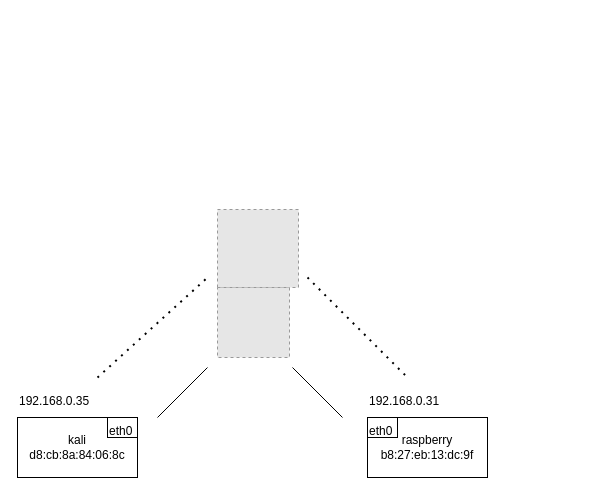
Above: doc/Layer_3_network_example.drawio in avergnaud/CEH-notes (draw.io), before the change. Source tidied: cells renumbered, new cells numbered last; positions are measured from the earlier drawing's top-left corner, leaving out a move shared by most shapes. Both pictures are drawn from the tidied source at 100%, with x=0, y=0 at pixel (17, 209). Pictures stored in the file or linked from it are replaced by grey dashed boxes.
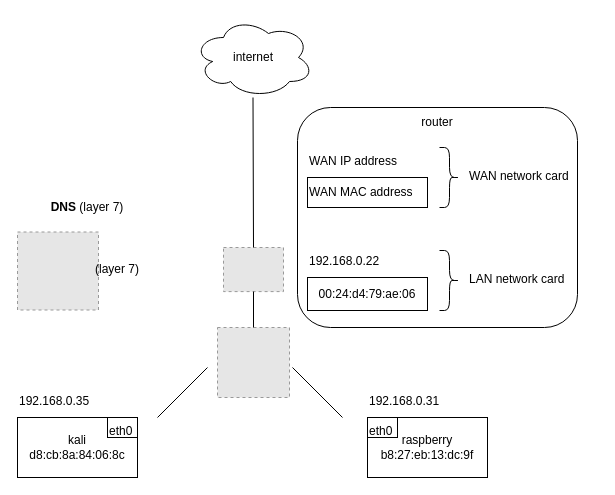
After the change.

Diff of the diagram source:
```diff
@@
+    <mxCell id="14" style="rounded=1;whiteSpace=wrap;html=1;strokeColor=default;" parent="1" vertex="1">
+      <mxGeometry x="280" y="-102" width="280" height="220" as="geometry" />
+    </mxCell>
@@
-    <mxCell id="4" style="endArrow=none;html=1;rounded=0;" parent="1" edge="1">
-      <mxGeometry relative="1" as="geometry">
-        <mxPoint x="140" y="208" as="sourcePoint" />
-        <mxPoint x="190" y="158" as="targetPoint" />
-      </mxGeometry>
-    </mxCell>
-    <mxCell id="5" style="endArrow=none;html=1;rounded=0;" parent="1" edge="1">
-      <mxGeometry relative="1" as="geometry">
-        <mxPoint x="325" y="208" as="sourcePoint" />
-        <mxPoint x="275" y="158" as="targetPoint" />
-      </mxGeometry>
-    </mxCell>
+    <mxCell id="15" style="endArrow=none;html=1;rounded=0;" parent="1" edge="1">
+      <mxGeometry relative="1" as="geometry">
+        <mxPoint x="140" y="208" as="sourcePoint" />
+        <mxPoint x="190" y="158" as="targetPoint" />
+      </mxGeometry>
+    </mxCell>
+    <mxCell id="16" style="endArrow=none;html=1;rounded=0;" parent="1" edge="1">
+      <mxGeometry relative="1" as="geometry">
+        <mxPoint x="325" y="208" as="sourcePoint" />
+        <mxPoint x="275" y="158" as="targetPoint" />
+      </mxGeometry>
+    </mxCell>
@@
-    <mxCell id="8" style="fillColor=#E6E6E6;strokeColor=#999999;dashed=1;verticalLabelPosition=bottom;labelBackgroundColor=default;verticalAlign=top;" parent="1" vertex="1">
-      <mxGeometry x="200" width="81" height="78" as="geometry" />
-    </mxCell>
-    <mxCell id="9" style="fillColor=#E6E6E6;strokeColor=#999999;dashed=1;verticalLabelPosition=bottom;labelBackgroundColor=default;verticalAlign=top;" parent="1" vertex="1">
-      <mxGeometry x="200" y="78" width="72" height="70" as="geometry" />
-    </mxCell>
-    <mxCell id="10" style="endArrow=none;dashed=1;html=1;dashPattern=1 3;strokeWidth=2;rounded=0;" parent="1" edge="1">
-      <mxGeometry relative="1" as="geometry">
-        <mxPoint x="80" y="168" as="sourcePoint" />
-        <mxPoint x="190" y="68" as="targetPoint" />
-      </mxGeometry>
-    </mxCell>
+    <mxCell id="17" style="fillColor=#E6E6E6;strokeColor=#999999;dashed=1;verticalLabelPosition=bottom;labelBackgroundColor=default;verticalAlign=top;" parent="1" vertex="1">
+      <mxGeometry y="22.5" width="81" height="78" as="geometry" />
+    </mxCell>
+    <mxCell id="18" style="fillColor=#E6E6E6;strokeColor=#999999;dashed=1;verticalLabelPosition=bottom;labelBackgroundColor=default;verticalAlign=top;" parent="1" vertex="1">
+      <mxGeometry x="200" y="118" width="72" height="70" as="geometry" />
+    </mxCell>
@@
-    <mxCell id="13" style="endArrow=none;dashed=1;html=1;dashPattern=1 3;strokeWidth=2;rounded=0;" parent="1" edge="1">
-      <mxGeometry relative="1" as="geometry">
-        <mxPoint x="290" y="68" as="sourcePoint" />
-        <mxPoint x="390" y="168" as="targetPoint" />
-      </mxGeometry>
-    </mxCell>
+    <mxCell id="19" value="(layer 7)" style="text;html=1;strokeColor=none;fillColor=none;align=center;verticalAlign=middle;whiteSpace=wrap;rounded=0;" parent="1" vertex="1">
+      <mxGeometry x="70" y="45" width="60" height="30" as="geometry" />
+    </mxCell>
+    <mxCell id="20" style="fillColor=#E6E6E6;strokeColor=#999999;dashed=1;verticalLabelPosition=bottom;labelBackgroundColor=default;verticalAlign=top;" parent="1" vertex="1">
+      <mxGeometry x="206" y="38" width="60" height="44.1" as="geometry" />
+    </mxCell>
+    <mxCell id="21" style="endArrow=none;html=1;rounded=0;entryX=0.5;entryY=1;entryDx=0;entryDy=0;exitX=0.5;exitY=0;exitDx=0;exitDy=0;" parent="1" edge="1" source="18" target="20">
+      <mxGeometry relative="1" as="geometry" />
+    </mxCell>
+    <mxCell id="22" value="00:24:d4:79:ae:06" style="rounded=0;whiteSpace=wrap;html=1;" parent="1" vertex="1">
+      <mxGeometry x="290" y="68" width="120" height="33" as="geometry" />
+    </mxCell>
+    <mxCell id="23" value="192.168.0.22" style="text;whiteSpace=wrap;html=1;" parent="1" vertex="1">
+      <mxGeometry x="290" y="38" width="100" height="30" as="geometry" />
+    </mxCell>
+    <mxCell id="24" value="LAN network card" style="text;whiteSpace=wrap;html=1;" parent="1" vertex="1">
+      <mxGeometry x="450" y="56" width="130" height="30" as="geometry" />
+    </mxCell>
+    <mxCell id="25" value="internet" style="ellipse;shape=cloud;whiteSpace=wrap;html=1;" parent="1" vertex="1">
+      <mxGeometry x="176" y="-192" width="120" height="80" as="geometry" />
+    </mxCell>
+    <mxCell id="26" value="WAN network card" style="text;whiteSpace=wrap;html=1;" parent="1" vertex="1">
+      <mxGeometry x="450" y="-47" width="130" height="30" as="geometry" />
+    </mxCell>
+    <mxCell id="27" value="WAN IP address" style="text;html=1;strokeColor=none;fillColor=none;align=left;verticalAlign=middle;whiteSpace=wrap;rounded=0;" parent="1" vertex="1">
+      <mxGeometry x="290" y="-63" width="120" height="30" as="geometry" />
+    </mxCell>
+    <mxCell id="28" value="WAN MAC address" style="text;html=1;strokeColor=default;fillColor=none;align=left;verticalAlign=middle;whiteSpace=wrap;rounded=0;" parent="1" vertex="1">
+      <mxGeometry x="290" y="-32" width="120" height="30" as="geometry" />
+    </mxCell>
+    <mxCell id="29" style="shape=curlyBracket;whiteSpace=wrap;html=1;rounded=1;flipH=1;" parent="1" vertex="1">
+      <mxGeometry x="422" y="-62" width="20" height="60" as="geometry" />
+    </mxCell>
+    <mxCell id="30" style="shape=curlyBracket;whiteSpace=wrap;html=1;rounded=1;flipH=1;" parent="1" vertex="1">
+      <mxGeometry x="422" y="41" width="20" height="60" as="geometry" />
+    </mxCell>
+    <mxCell id="31" style="endArrow=none;html=1;rounded=0;entryX=0.5;entryY=1;entryDx=0;entryDy=0;exitX=0.5;exitY=0;exitDx=0;exitDy=0;" parent="1" edge="1" source="20">
+      <mxGeometry relative="1" as="geometry">
+        <mxPoint x="235.5" y="-112" as="targetPoint" />
+      </mxGeometry>
+    </mxCell>
+    <mxCell id="32" value="router" style="text;html=1;strokeColor=none;fillColor=none;align=center;verticalAlign=middle;whiteSpace=wrap;rounded=0;" parent="1" vertex="1">
+      <mxGeometry x="390" y="-102" width="60" height="30" as="geometry" />
+    </mxCell>
+    <mxCell id="33" value="&lt;b&gt;DNS&lt;/b&gt; (layer 7)" style="text;html=1;strokeColor=none;fillColor=none;align=center;verticalAlign=middle;whiteSpace=wrap;rounded=0;" parent="1" vertex="1">
+      <mxGeometry x="10" y="-17" width="120" height="30" as="geometry" />
+    </mxCell>
```
